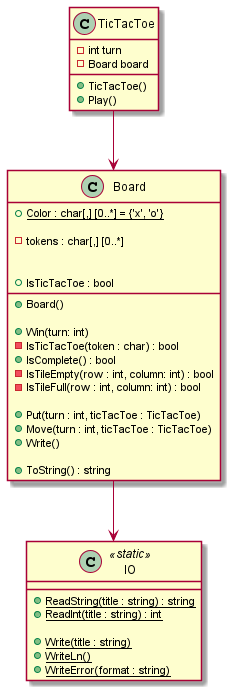
This is Documentation/v060.png from RicardoGuzmanVelasco/MIW.ADOO, a PlantUML export, as it was before one commit. Its diagram source:
```plantuml
@startuml

class Board
{
    +{static} Color : char[,] [0..*] = {'x', 'o'}

    -tokens : char[,] [0..*]

    +Board()

    +Win(turn: int)
    +IsTicTacToe : bool
    -IsTicTacToe(token : char) : bool
    +IsComplete() : bool
    -IsTileEmpty(row : int, column: int) : bool
    -IsTileFull(row : int, column: int) : bool

    +Put(turn : int, ticTacToe : TicTacToe)
    +Move(turn : int, ticTacToe : TicTacToe)
    +Write()

    +ToString() : string
}
Board --> IO

class IO <<static>>
{
    +ReadString(title : string) : string {static}
    +ReadInt(title : string) : int {static}

    +Write(title : string) {static}
    +WriteLn() {static}
    +WriteError(format : string) {static}
}

class TicTacToe
{
    -int turn
    -Board board

    +TicTacToe()
    +Play()
}
TicTacToe --> Board
@enduml
```
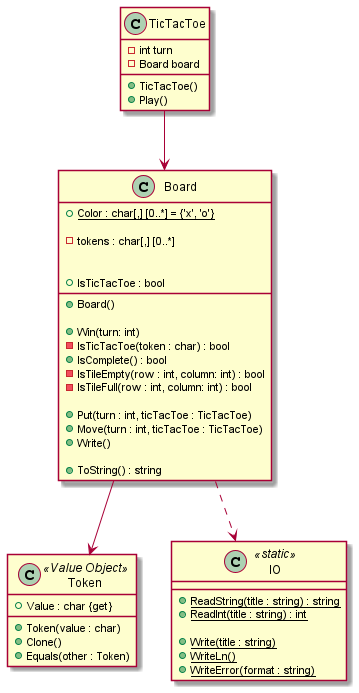
The same file after the commit.

What changed in the source:
```diff
@@ -1,4 +1,13 @@
 @startuml
+
+class Token <<Value Object>>
+{
+    +Value : char {get}
+
+    +Token(value : char)
+    +Clone()
+    +Equals(other : Token)
+}
 
 class Board
 {
@@ -21,7 +30,8 @@
 
     +ToString() : string
 }
-Board --> IO
+Board ..> IO
+Board --> Token
 
 class IO <<static>>
 {
```
